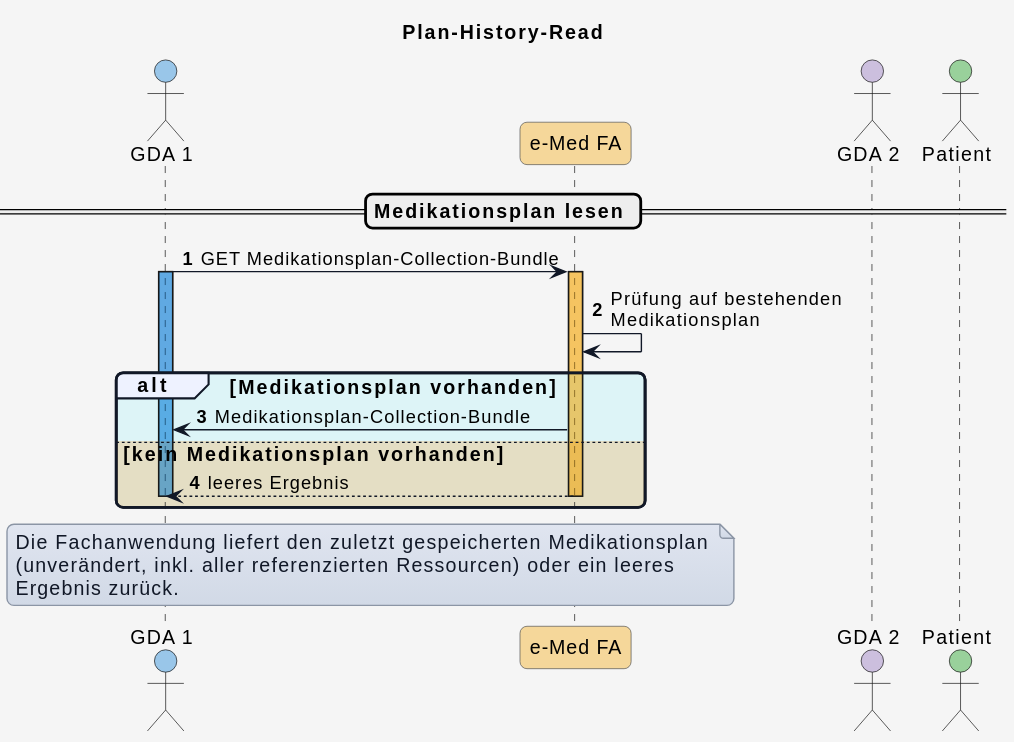
This is r4-ELGA-e-Medikation-main/plantuml/interaction_planhistoryread.svg from HL7Austria/hl7austria.github.io, a PlantUML export, as it was before one commit.
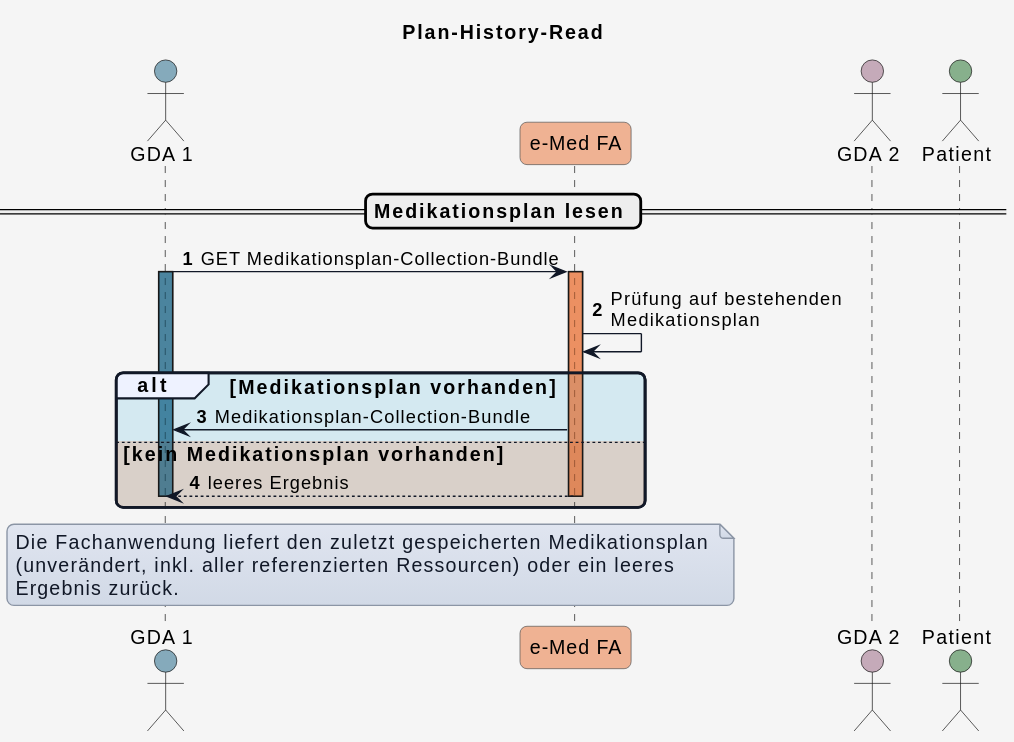
After the commit.

Change to the diagram source:
```diff
@@ -1,5 +1,6 @@
 @startuml
 title Plan-History-Read
+
 
 skinparam borderColor #000000
 skinparam backgroundColor #f5f5f5
@@ -38,15 +39,16 @@
   GroupBorderThickness 2
 }
 
-!define COLOR_GDA_1    #0078D460
-!define COLOR_GDA_2    #8764B860
-!define COLOR_PATIENT  #00950560
-!define COLOR_APO      #00B7C360
-!define COLOR_EMED_FA  #f5a40360
-!define COLOR_E_REZEPT #E7485660
+!define COLOR_GDA_1    #15608280
+!define COLOR_GDA_2    #96607D80
+!define COLOR_PATIENT  #196B2480
+!define COLOR_APO      #0F9ED590
+!define COLOR_EMED_FA  #E9713280
+!define COLOR_E_REZEPT #C0504D80
 
-!define COLOR_OK       #50E6FF25
-!define COLOR_ERROR    #FF8C0035
+!define COLOR_OK       #0F9ED525
+!define COLOR_ERROR    #E9713235
+
 
 actor GDA_1 as "GDA 1" COLOR_GDA_1
 participant eMed_FA as "e-Med FA" COLOR_EMED_FA
```
